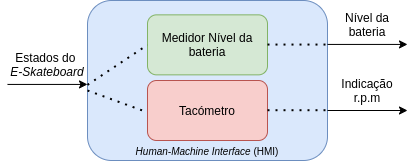
Earlier version of the draw.io export 2_HMI/hmi_diagrama_blocos.png (D3boker1/E-Skateboard). Source tidied: cells renumbered, new cells last; positions are measured from the earlier drawing's top-left corner, leaving out a move shared by most shapes.
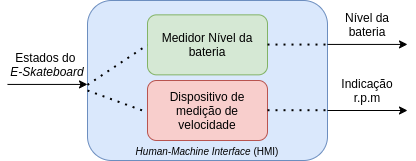
Later version of the same file.

Diff of the diagram source:
```diff
@@ -38,7 +38,7 @@
     <mxCell id="10" value="Medidor Nível da bateria" style="rounded=1;whiteSpace=wrap;html=1;fillColor=#d5e8d4;strokeColor=#82b366;" parent="1" vertex="1">
       <mxGeometry x="140" y="14.3" width="120" height="60" as="geometry" />
     </mxCell>
-    <mxCell id="11" value="Tacómetro" style="rounded=1;whiteSpace=wrap;html=1;fillColor=#f8cecc;strokeColor=#b85450;" parent="1" vertex="1">
+    <mxCell id="11" value="Dispositivo de medição de velocidade" style="rounded=1;whiteSpace=wrap;html=1;fillColor=#f8cecc;strokeColor=#b85450;" parent="1" vertex="1">
       <mxGeometry x="140" y="80" width="120" height="60" as="geometry" />
     </mxCell>
     <mxCell id="12" style="endArrow=none;dashed=1;html=1;dashPattern=1 3;strokeWidth=2;" parent="1" edge="1">
```
